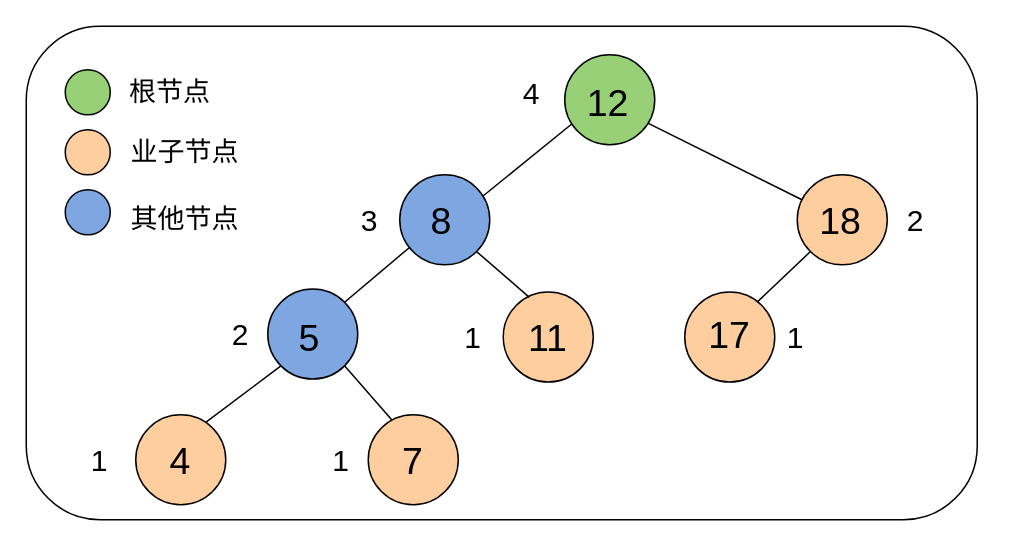
Before: drawio/AVL.drawio in chesterzhang/Data-Structures-and-Algorithms, a draw.io diagram. Source tidied: cells renumbered, new cells numbered last; positions are measured from the earlier drawing's top-left corner, leaving out a move shared by most shapes. Both pictures are drawn from the tidied source at 150%, with x=0, y=0 at pixel (26, 26).
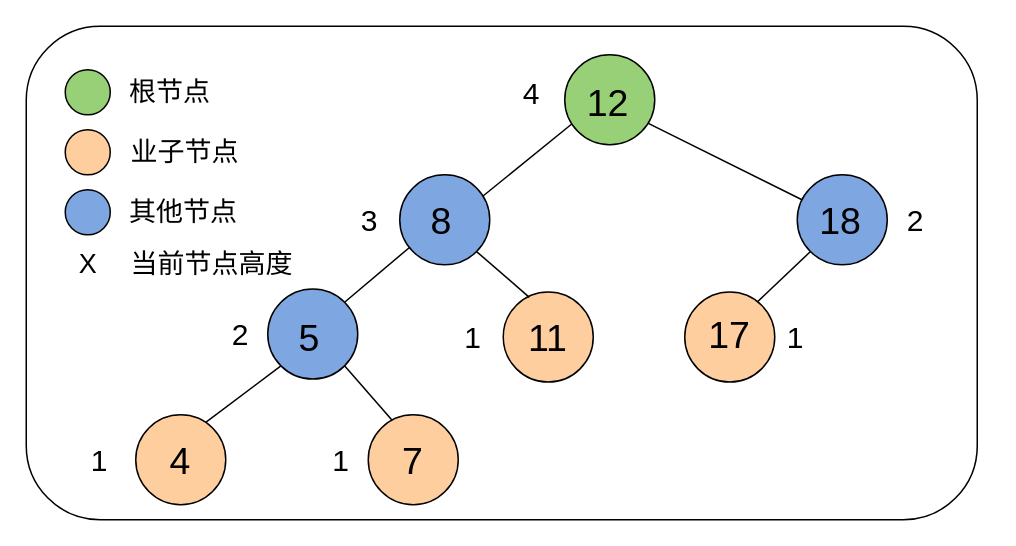
The same diagram, later.

What changed in the source:
```diff
@@
-    <mxCell id="5" style="ellipse;whiteSpace=wrap;html=1;fillColor=#FFCE9F;" parent="1" vertex="1">
+    <mxCell id="5" style="ellipse;whiteSpace=wrap;html=1;fillColor=#7EA6E0;" parent="1" vertex="1">
       <mxGeometry x="514" y="99" width="60" height="60" as="geometry" />
     </mxCell>
@@
     <mxCell id="23" value="&lt;font style=&quot;font-size: 18px&quot;&gt;其他节点&lt;/font&gt;" style="text;html=1;strokeColor=none;fillColor=none;align=center;verticalAlign=middle;whiteSpace=wrap;rounded=0;" parent="1" vertex="1">
-      <mxGeometry x="57" y="119" width="98" height="20" as="geometry" />
+      <mxGeometry x="56" y="114" width="98" height="20" as="geometry" />
     </mxCell>
@@
+    <mxCell id="40" value="&lt;font style=&quot;font-size: 18px&quot;&gt;当前节点高度&lt;/font&gt;" style="text;html=1;strokeColor=none;fillColor=none;align=center;verticalAlign=middle;whiteSpace=wrap;rounded=0;" parent="1" vertex="1">
+      <mxGeometry x="65" y="149" width="118" height="20" as="geometry" />
+    </mxCell>
+    <mxCell id="41" value="&lt;font style=&quot;font-size: 18px&quot;&gt;X&lt;/font&gt;" style="text;html=1;strokeColor=none;fillColor=none;align=center;verticalAlign=middle;whiteSpace=wrap;rounded=0;" parent="1" vertex="1">
+      <mxGeometry x="21.5" y="149" width="39" height="20" as="geometry" />
+    </mxCell>
```
